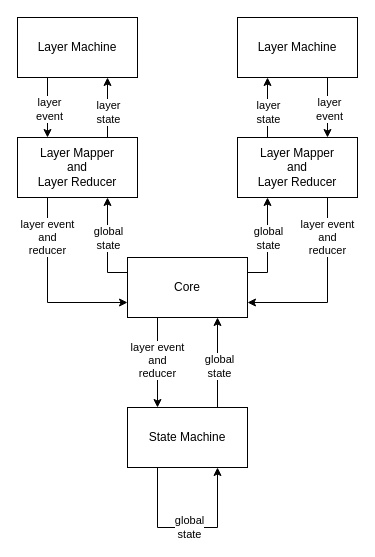
This is images/architecture.drawio from prokhor-andrew/simprokcore-ios, a draw.io file, before an edit. Source tidied: cells renumbered, new cells numbered last; positions are measured from the earlier drawing's top-left corner, leaving out a move shared by most shapes. Both pictures are drawn from the tidied source at 100%, with x=0, y=0 at pixel (17, 17).
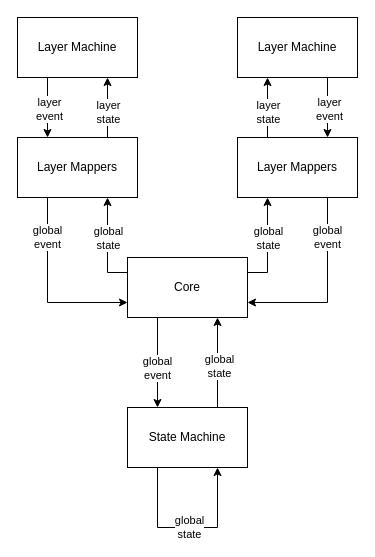
The same diagram, later.

Unchanged cells that the change refers to:
```xml
<mxCell id="5" style="edgeStyle=orthogonalEdgeStyle;rounded=0;jettySize=auto;html=1;exitX=0.25;exitY=1;exitDx=0;exitDy=0;entryX=0.25;entryY=0;entryDx=0;entryDy=0;" parent="1" edge="1" source="4" target="7">
  <mxGeometry relative="1" as="geometry" />
</mxCell>
<mxCell id="11" style="edgeStyle=orthogonalEdgeStyle;rounded=0;jettySize=auto;html=1;exitX=0.25;exitY=1;exitDx=0;exitDy=0;entryX=0;entryY=0.75;entryDx=0;entryDy=0;" parent="1" edge="1" source="13" target="4">
  <mxGeometry relative="1" as="geometry" />
</mxCell>
<mxCell id="29" style="edgeStyle=orthogonalEdgeStyle;rounded=0;jettySize=auto;html=1;exitX=0.75;exitY=1;exitDx=0;exitDy=0;entryX=1;entryY=0.75;entryDx=0;entryDy=0;" parent="1" edge="1" source="21" target="4">
  <mxGeometry relative="1" as="geometry" />
</mxCell>
```

What changed in the source:
```diff
@@
-    <mxCell id="6" value="layer event&lt;br&gt;and&lt;br&gt;reducer" style="edgeLabel;html=1;align=center;verticalAlign=middle;" parent="5" vertex="1">
-      <mxGeometry x="-0.07" y="-1" relative="1" as="geometry" />
+    <mxCell id="6" value="global&lt;br&gt;event" style="edgeLabel;html=1;align=center;verticalAlign=middle;" parent="5" vertex="1">
+      <mxGeometry x="-0.07" y="-1" relative="1" as="geometry">
+        <mxPoint y="8" as="offset" />
+      </mxGeometry>
     </mxCell>
@@
-    <mxCell id="12" value="layer event&lt;br&gt;and&lt;br&gt;reducer" style="edgeLabel;html=1;align=center;verticalAlign=middle;" parent="11" vertex="1">
+    <mxCell id="12" value="global&lt;br&gt;event" style="edgeLabel;html=1;align=center;verticalAlign=middle;" parent="11" vertex="1">
       <mxGeometry x="-0.58" y="-1" relative="1" as="geometry" />
     </mxCell>
-    <mxCell id="13" value="Layer Mapper&lt;br&gt;and&lt;br&gt;Layer Reducer" style="rounded=0;whiteSpace=wrap;html=1;" parent="1" vertex="1">
+    <mxCell id="13" value="Layer Mappers" style="rounded=0;whiteSpace=wrap;html=1;" parent="1" vertex="1">
       <mxGeometry y="120" width="120" height="60" as="geometry" />
     </mxCell>
@@
-    <mxCell id="21" value="Layer Mapper&lt;br&gt;and&lt;br&gt;Layer Reducer" style="rounded=0;whiteSpace=wrap;html=1;" parent="1" vertex="1">
+    <mxCell id="21" value="Layer Mappers" style="rounded=0;whiteSpace=wrap;html=1;" parent="1" vertex="1">
       <mxGeometry x="220" y="120" width="120" height="60" as="geometry" />
     </mxCell>
@@
-    <mxCell id="30" value="layer event&lt;br&gt;and&lt;br&gt;reducer" style="edgeLabel;html=1;align=center;verticalAlign=middle;" parent="29" vertex="1">
+    <mxCell id="30" value="global&lt;br&gt;event" style="edgeLabel;html=1;align=center;verticalAlign=middle;" parent="29" vertex="1">
       <mxGeometry x="-0.58" y="-1" relative="1" as="geometry" />
     </mxCell>
```
